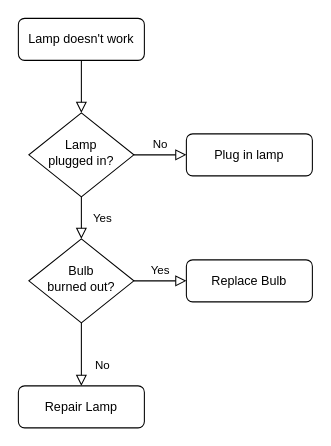
jkyoon-dev/python-basic keeps this draw.io diagram as Untitled Diagram.drawio. Above is the earlier version. Source tidied: cells renumbered, new cells numbered last; positions are measured from the earlier drawing's top-left corner, leaving out a move shared by most shapes. Both pictures are drawn from the tidied source at 105%, with x=0, y=0 at pixel (18, 18).
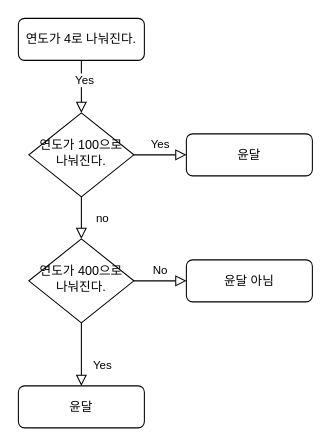
The same page after the edit.

The edit, as a diff of the source:
```diff
@@
 <mxGraphModel>
   <root>
     <mxCell id="0" />
     <mxCell id="1" parent="0" />
     <mxCell id="2" style="rounded=0;html=1;jettySize=auto;fontSize=11;endArrow=block;endFill=0;endSize=8;strokeWidth=1;shadow=0;labelBackgroundColor=none;edgeStyle=orthogonalEdgeStyle;" parent="1" edge="1" source="3" target="6">
       <mxGeometry relative="1" as="geometry" />
     </mxCell>
+    <mxCell id="13" value="Yes" style="edgeLabel;html=1;align=center;verticalAlign=middle;" parent="2" vertex="1">
+      <mxGeometry x="-0.28" y="2" relative="1" as="geometry" />
+    </mxCell>
-    <mxCell id="3" value="Lamp doesn't work" style="rounded=1;whiteSpace=wrap;html=1;fontSize=12;glass=0;strokeWidth=1;shadow=0;" parent="1" vertex="1">
+    <mxCell id="3" value="연도가 4로 나눠진다." style="rounded=1;whiteSpace=wrap;html=1;fontSize=12;glass=0;strokeWidth=1;shadow=0;" parent="1" vertex="1">
       <mxGeometry width="120" height="40" as="geometry" />
     </mxCell>
-    <mxCell id="4" value="Yes" style="rounded=0;html=1;jettySize=auto;fontSize=11;endArrow=block;endFill=0;endSize=8;strokeWidth=1;shadow=0;labelBackgroundColor=none;edgeStyle=orthogonalEdgeStyle;" parent="1" edge="1" source="6" target="10">
+    <mxCell id="4" value="no" style="rounded=0;html=1;jettySize=auto;fontSize=11;endArrow=block;endFill=0;endSize=8;strokeWidth=1;shadow=0;labelBackgroundColor=none;edgeStyle=orthogonalEdgeStyle;" parent="1" edge="1" source="6" target="10">
       <mxGeometry y="20" relative="1" as="geometry" />
     </mxCell>
-    <mxCell id="5" value="No" style="edgeStyle=orthogonalEdgeStyle;rounded=0;html=1;jettySize=auto;fontSize=11;endArrow=block;endFill=0;endSize=8;strokeWidth=1;shadow=0;labelBackgroundColor=none;" parent="1" edge="1" source="6" target="7">
+    <mxCell id="5" value="Yes" style="edgeStyle=orthogonalEdgeStyle;rounded=0;html=1;jettySize=auto;fontSize=11;endArrow=block;endFill=0;endSize=8;strokeWidth=1;shadow=0;labelBackgroundColor=none;" parent="1" edge="1" source="6" target="7">
       <mxGeometry y="10" relative="1" as="geometry" />
     </mxCell>
-    <mxCell id="6" value="Lamp&lt;br&gt;plugged in?" style="rhombus;whiteSpace=wrap;html=1;shadow=0;fontFamily=Helvetica;fontSize=12;align=center;strokeWidth=1;spacing=6;spacingTop=-4;" parent="1" vertex="1">
+    <mxCell id="6" value="연도가 100으로 나눠진다." style="rhombus;whiteSpace=wrap;html=1;shadow=0;fontFamily=Helvetica;fontSize=12;align=center;strokeWidth=1;spacing=6;spacingTop=-4;" parent="1" vertex="1">
       <mxGeometry x="10" y="90" width="100" height="80" as="geometry" />
     </mxCell>
-    <mxCell id="7" value="Plug in lamp" style="rounded=1;whiteSpace=wrap;html=1;fontSize=12;glass=0;strokeWidth=1;shadow=0;" parent="1" vertex="1">
+    <mxCell id="7" value="윤달" style="rounded=1;whiteSpace=wrap;html=1;fontSize=12;glass=0;strokeWidth=1;shadow=0;" parent="1" vertex="1">
       <mxGeometry x="160" y="110" width="120" height="40" as="geometry" />
     </mxCell>
-    <mxCell id="8" value="No" style="rounded=0;html=1;jettySize=auto;fontSize=11;endArrow=block;endFill=0;endSize=8;strokeWidth=1;shadow=0;labelBackgroundColor=none;edgeStyle=orthogonalEdgeStyle;" parent="1" edge="1" source="10" target="11">
+    <mxCell id="8" value="Yes" style="rounded=0;html=1;jettySize=auto;fontSize=11;endArrow=block;endFill=0;endSize=8;strokeWidth=1;shadow=0;labelBackgroundColor=none;edgeStyle=orthogonalEdgeStyle;" parent="1" edge="1" source="10" target="11">
       <mxGeometry x="0.33" y="20" relative="1" as="geometry" />
     </mxCell>
-    <mxCell id="9" value="Yes" style="edgeStyle=orthogonalEdgeStyle;rounded=0;html=1;jettySize=auto;fontSize=11;endArrow=block;endFill=0;endSize=8;strokeWidth=1;shadow=0;labelBackgroundColor=none;" parent="1" edge="1" source="10" target="12">
+    <mxCell id="9" value="No" style="edgeStyle=orthogonalEdgeStyle;rounded=0;html=1;jettySize=auto;fontSize=11;endArrow=block;endFill=0;endSize=8;strokeWidth=1;shadow=0;labelBackgroundColor=none;" parent="1" edge="1" source="10" target="12">
       <mxGeometry y="10" relative="1" as="geometry" />
     </mxCell>
-    <mxCell id="10" value="Bulb&lt;br&gt;burned out?" style="rhombus;whiteSpace=wrap;html=1;shadow=0;fontFamily=Helvetica;fontSize=12;align=center;strokeWidth=1;spacing=6;spacingTop=-4;" parent="1" vertex="1">
+    <mxCell id="10" value="연도가 400으로 나눠진다." style="rhombus;whiteSpace=wrap;html=1;shadow=0;fontFamily=Helvetica;fontSize=12;align=center;strokeWidth=1;spacing=6;spacingTop=-4;" parent="1" vertex="1">
       <mxGeometry x="10" y="210" width="100" height="80" as="geometry" />
     </mxCell>
-    <mxCell id="11" value="Repair Lamp" style="rounded=1;whiteSpace=wrap;html=1;fontSize=12;glass=0;strokeWidth=1;shadow=0;" parent="1" vertex="1">
+    <mxCell id="11" value="윤달" style="rounded=1;whiteSpace=wrap;html=1;fontSize=12;glass=0;strokeWidth=1;shadow=0;" parent="1" vertex="1">
       <mxGeometry y="350" width="120" height="40" as="geometry" />
     </mxCell>
-    <mxCell id="12" value="Replace Bulb" style="rounded=1;whiteSpace=wrap;html=1;fontSize=12;glass=0;strokeWidth=1;shadow=0;" parent="1" vertex="1">
+    <mxCell id="12" value="윤달 아님" style="rounded=1;whiteSpace=wrap;html=1;fontSize=12;glass=0;strokeWidth=1;shadow=0;" parent="1" vertex="1">
       <mxGeometry x="160" y="230" width="120" height="40" as="geometry" />
     </mxCell>
   </root>
 </mxGraphModel>
```
